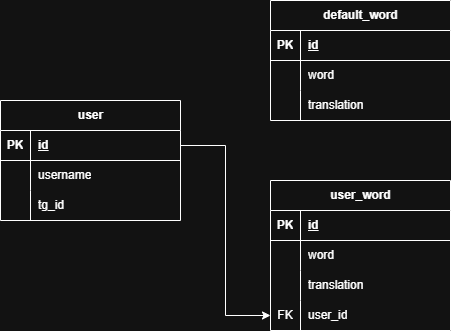
This is database/scheme.png from pocamest/english_cards_bot, a draw.io export, as it was before one commit. Source tidied: cells renumbered, new cells last; positions are measured from the earlier drawing's top-left corner, leaving out a move shared by most shapes.
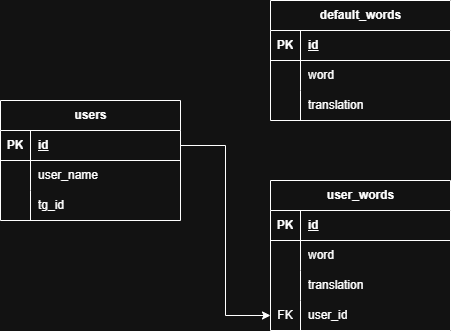
The same diagram one commit later.

The edit, as a diff of the source:
```diff
@@ -2,7 +2,7 @@
   <root>
     <mxCell id="0" />
     <mxCell id="1" parent="0" />
-    <mxCell id="2" value="user" style="shape=table;startSize=30;rowLines=0;fontStyle=1;align=center;html=1;" parent="1" vertex="1">
+    <mxCell id="2" value="users" style="shape=table;startSize=30;rowLines=0;fontStyle=1;align=center;html=1;" parent="1" vertex="1">
       <mxGeometry y="100" width="180" height="120" as="geometry" />
     </mxCell>
     <mxCell id="3" style="shape=tableRow;horizontal=0;startSize=0;swimlaneHead=0;swimlaneBody=0;fillColor=none;points=[[0,0.5],[1,0.5]];portConstraint=eastwest;top=0;left=0;right=0;bottom=1;" parent="2" vertex="1">
@@ -20,7 +20,7 @@
     <mxCell id="7" style="shape=partialRectangle;fillColor=none;top=0;left=0;bottom=0;right=0;overflow=hidden;whiteSpace=wrap;html=1;" parent="6" vertex="1">
       <mxGeometry width="30" height="30" as="geometry" />
     </mxCell>
-    <mxCell id="8" value="username" style="shape=partialRectangle;fillColor=none;top=0;left=0;bottom=0;right=0;align=left;spacingLeft=6;overflow=hidden;whiteSpace=wrap;html=1;" parent="6" vertex="1">
+    <mxCell id="8" value="user_name" style="shape=partialRectangle;fillColor=none;top=0;left=0;bottom=0;right=0;align=left;spacingLeft=6;overflow=hidden;whiteSpace=wrap;html=1;" parent="6" vertex="1">
       <mxGeometry x="30" width="150" height="30" as="geometry" />
     </mxCell>
     <mxCell id="9" style="shape=tableRow;horizontal=0;startSize=0;swimlaneHead=0;swimlaneBody=0;fillColor=none;top=0;left=0;right=0;bottom=0;" parent="2" vertex="1">
@@ -32,7 +32,7 @@
     <mxCell id="11" value="tg_id" style="shape=partialRectangle;fillColor=none;top=0;left=0;bottom=0;right=0;align=left;spacingLeft=6;overflow=hidden;whiteSpace=wrap;html=1;" parent="9" vertex="1">
       <mxGeometry x="30" width="150" height="30" as="geometry" />
     </mxCell>
-    <mxCell id="12" value="default_word" style="shape=table;startSize=30;rowLines=0;fontStyle=1;align=center;html=1;" parent="1" vertex="1">
+    <mxCell id="12" value="default_words" style="shape=table;startSize=30;rowLines=0;fontStyle=1;align=center;html=1;" parent="1" vertex="1">
       <mxGeometry x="270" width="180" height="120" as="geometry" />
     </mxCell>
     <mxCell id="13" style="shape=tableRow;horizontal=0;startSize=0;swimlaneHead=0;swimlaneBody=0;fillColor=none;top=0;left=0;right=0;bottom=1;" parent="12" vertex="1">
@@ -62,7 +62,7 @@
     <mxCell id="21" value="translation" style="shape=partialRectangle;fillColor=none;top=0;left=0;bottom=0;right=0;align=left;spacingLeft=6;overflow=hidden;whiteSpace=wrap;html=1;" parent="19" vertex="1">
       <mxGeometry x="30" width="150" height="30" as="geometry" />
     </mxCell>
-    <mxCell id="22" value="user_word" style="shape=table;startSize=30;rowLines=0;fontStyle=1;align=center;html=1;" parent="1" vertex="1">
+    <mxCell id="22" value="user_words" style="shape=table;startSize=30;rowLines=0;fontStyle=1;align=center;html=1;" parent="1" vertex="1">
       <mxGeometry x="270" y="180" width="180" height="150" as="geometry" />
     </mxCell>
     <mxCell id="23" style="shape=tableRow;horizontal=0;startSize=0;swimlaneHead=0;swimlaneBody=0;fillColor=none;top=0;left=0;right=0;bottom=1;" parent="22" vertex="1">
```
